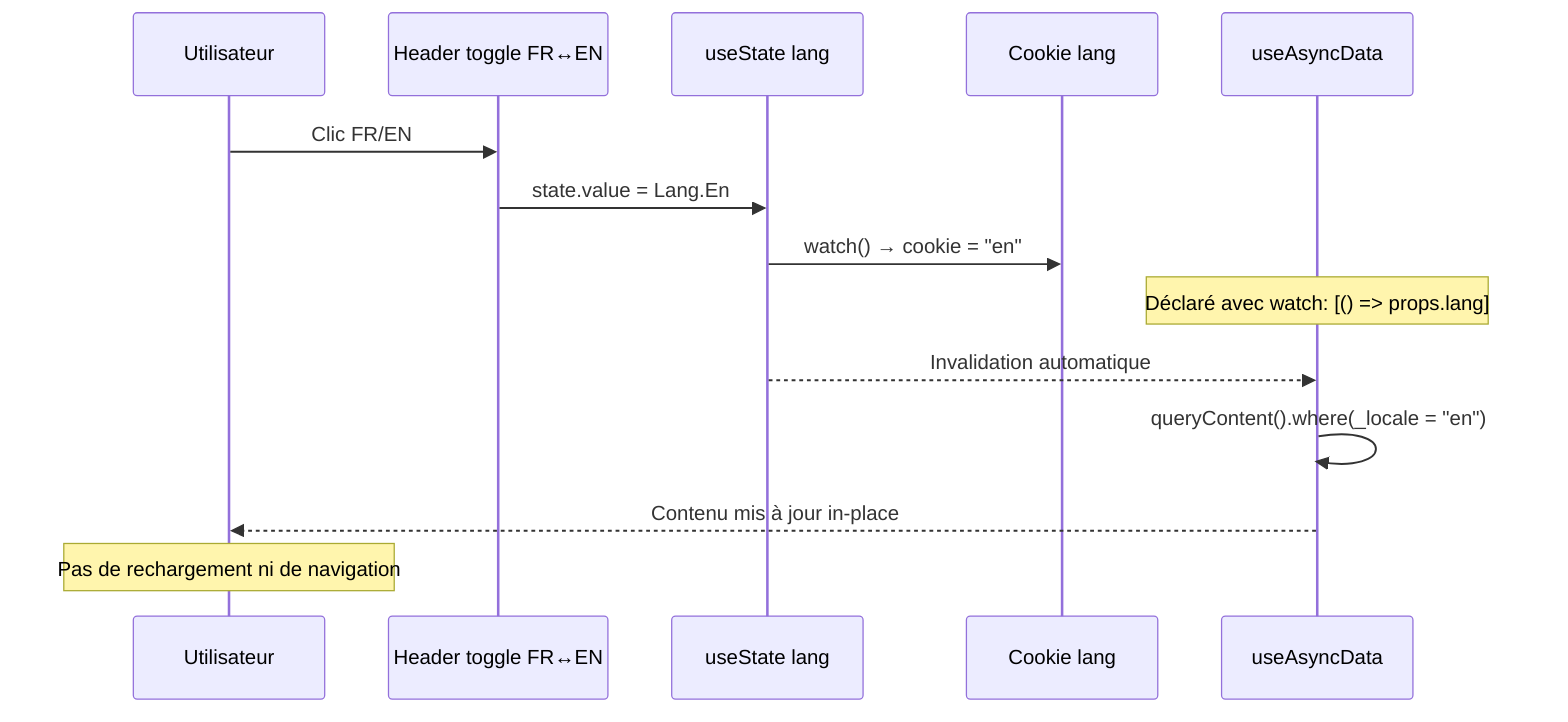
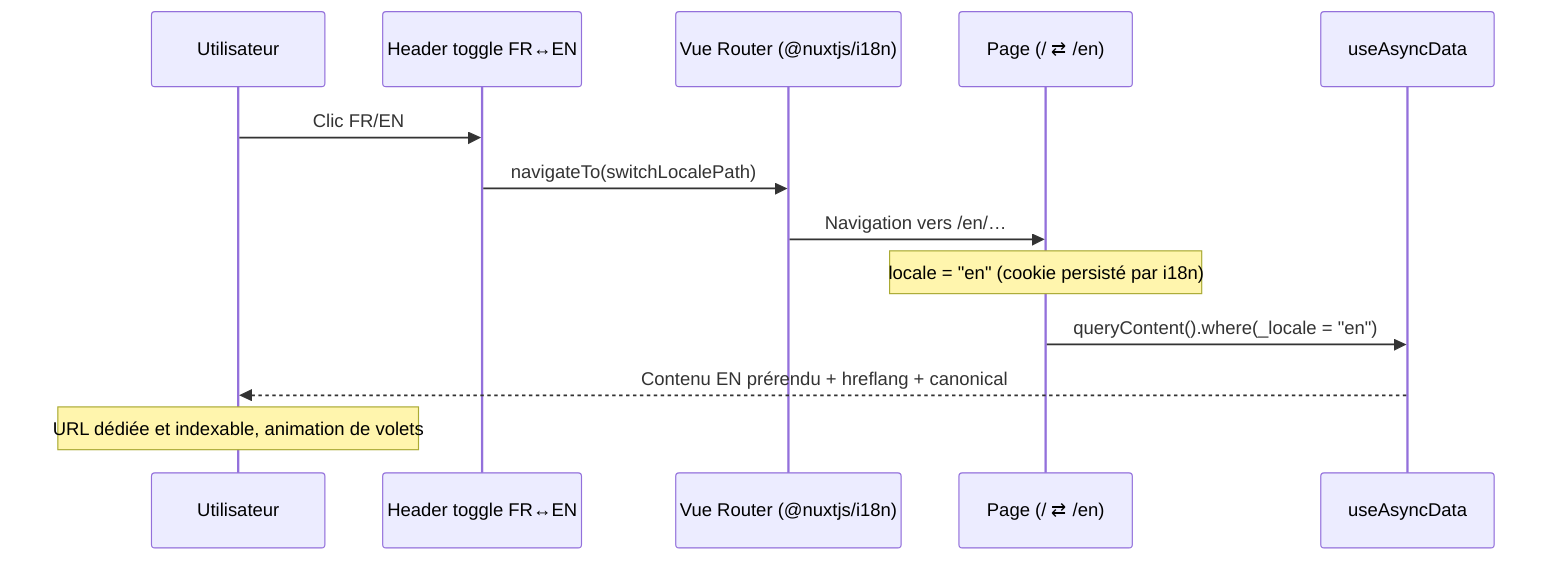
sequenceDiagram
    participant U as Utilisateur
    participant Toggle as Header toggle FR↔EN
-     participant State as useState lang
-     participant Cookie as Cookie lang
+     participant Router as Vue Router (@nuxtjs/i18n)
+     participant Page as Page (/ ⇄ /en)
    participant Query as useAsyncData

    U->>Toggle: Clic FR/EN
-     Toggle->>State: state.value = Lang.En
-     State->>Cookie: watch() → cookie = "en"
-     Note over Query: Déclaré avec watch: [() => props.lang]
-     State-->>Query: Invalidation automatique
-     Query->>Query: queryContent().where(_locale = "en")
-     Query-->>U: Contenu mis à jour in-place
-     Note over U: Pas de rechargement ni de navigation
+     Toggle->>Router: navigateTo(switchLocalePath)
+     Router->>Page: Navigation vers /en/…
+     Note over Page: locale = "en" (cookie persisté par i18n)
+     Page->>Query: queryContent().where(_locale = "en")
+     Query-->>U: Contenu EN prérendu + hreflang + canonical
+     Note over U: URL dédiée et indexable, animation de volets
